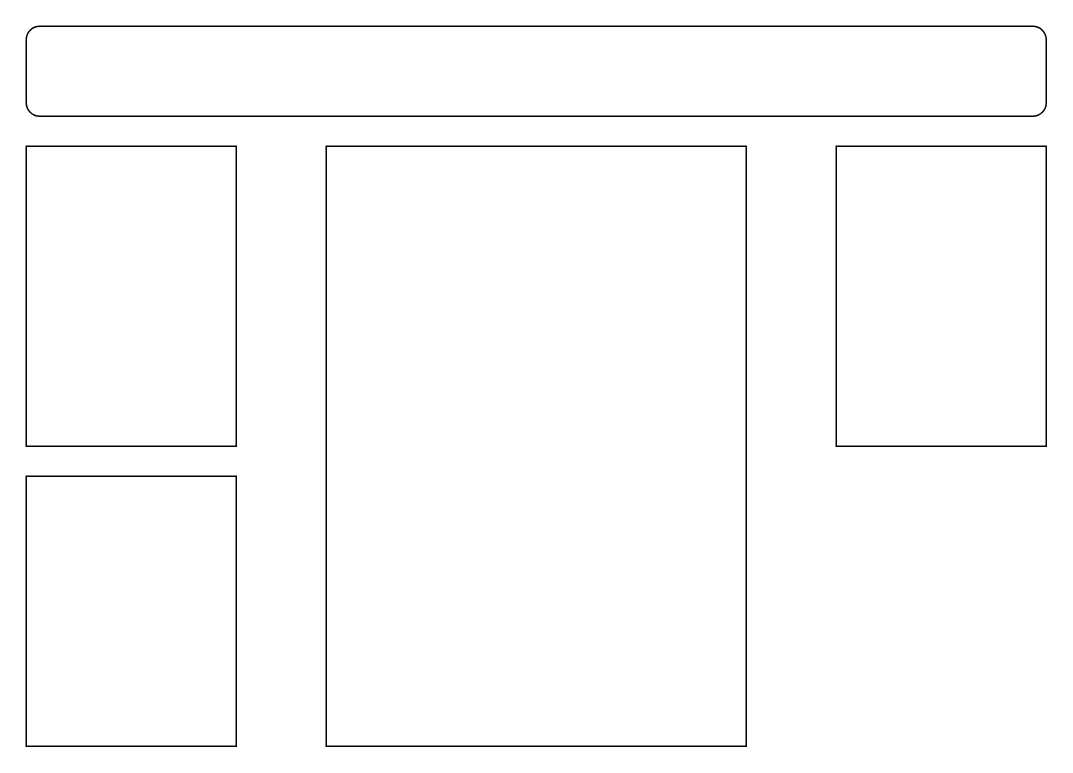
This is smcDiagram.drawio from BenW2140/social-media-clone, a draw.io file, before an edit. Source tidied: cells renumbered, new cells numbered last; positions are measured from the earlier drawing's top-left corner, leaving out a move shared by most shapes. Both pictures are drawn from the tidied source at 150%, with x=0, y=0 at pixel (26, 26).
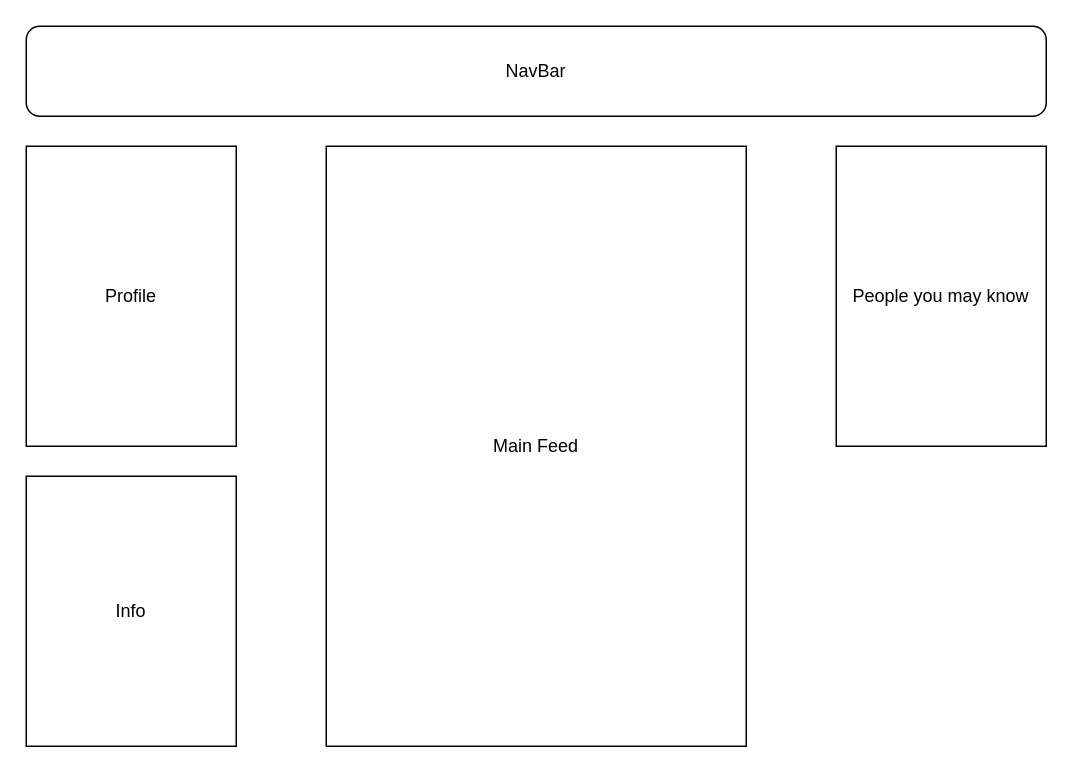
The same diagram, later.

Commit message:
Label components

Change to the diagram source:
```diff
@@
 <mxGraphModel>
   <root>
     <mxCell id="0" />
     <mxCell id="1" parent="0" />
-    <mxCell id="2" style="rounded=1;whiteSpace=wrap;html=1;" parent="1" vertex="1">
+    <mxCell id="2" value="NavBar" style="rounded=1;whiteSpace=wrap;html=1;" parent="1" vertex="1">
       <mxGeometry width="680" height="60" as="geometry" />
     </mxCell>
-    <mxCell id="3" style="rounded=0;whiteSpace=wrap;html=1;" parent="1" vertex="1">
+    <mxCell id="3" value="Profile" style="rounded=0;whiteSpace=wrap;html=1;" parent="1" vertex="1">
       <mxGeometry y="80" width="140" height="200" as="geometry" />
     </mxCell>
-    <mxCell id="4" style="rounded=0;whiteSpace=wrap;html=1;" parent="1" vertex="1">
+    <mxCell id="4" value="Main Feed" style="rounded=0;whiteSpace=wrap;html=1;" parent="1" vertex="1">
       <mxGeometry x="200" y="80" width="280" height="400" as="geometry" />
     </mxCell>
-    <mxCell id="5" style="rounded=0;whiteSpace=wrap;html=1;" parent="1" vertex="1">
+    <mxCell id="5" value="People you may know" style="rounded=0;whiteSpace=wrap;html=1;" parent="1" vertex="1">
       <mxGeometry x="540" y="80" width="140" height="200" as="geometry" />
     </mxCell>
-    <mxCell id="6" style="rounded=0;whiteSpace=wrap;html=1;" parent="1" vertex="1">
+    <mxCell id="6" value="Info" style="rounded=0;whiteSpace=wrap;html=1;" parent="1" vertex="1">
       <mxGeometry y="300" width="140" height="180" as="geometry" />
     </mxCell>
   </root>
 </mxGraphModel>
```
